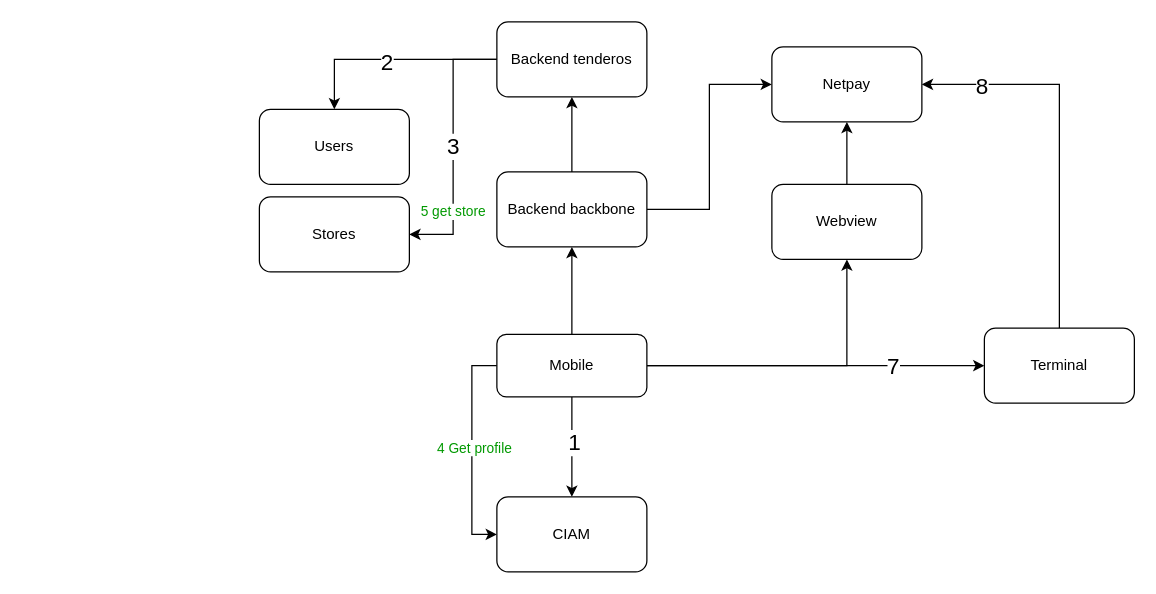
Earlier version of the draw.io diagram page "Copia de Página-1" (2 of 3) of SmartLogin.drawio (marcoluisdf/documentacion). Source tidied: cells renumbered, new cells numbered last; positions are measured from the earlier drawing's top-left corner, leaving out a move shared by most shapes. Both pictures are drawn from the tidied source at 125%, with x=0, y=0 at pixel (259, 21).
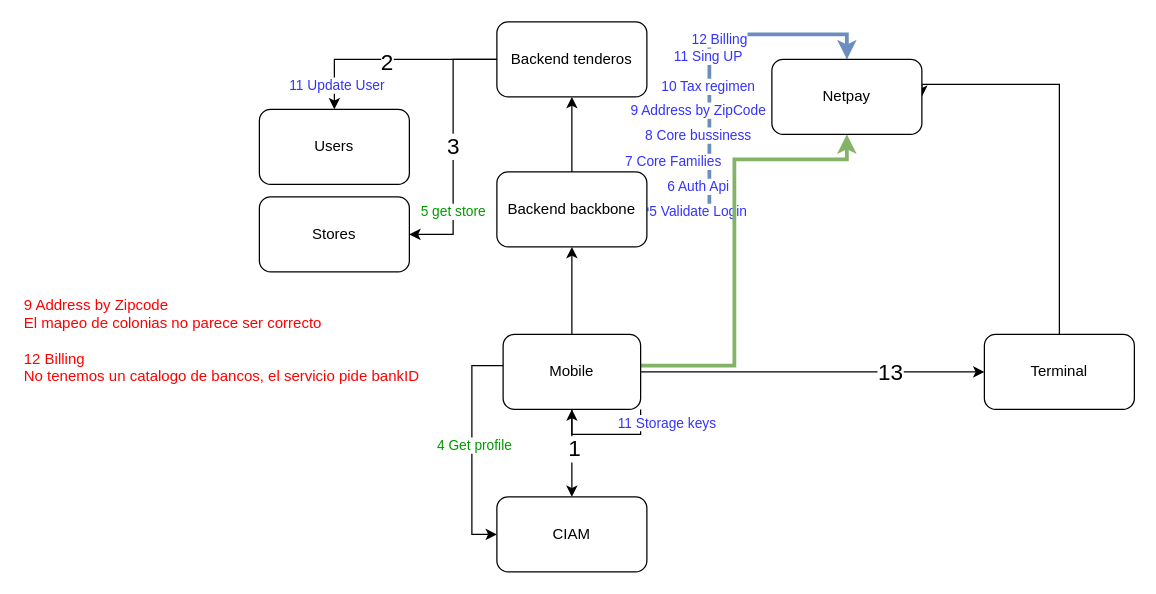
The same page after the edit.

Unchanged cells that the change refers to:
```xml
<mxCell id="4" value="Backend backbone" style="rounded=1;whiteSpace=wrap;html=1;" parent="1" vertex="1">
  <mxGeometry x="190" y="120" width="120" height="60" as="geometry" />
</mxCell>
<mxCell id="20" style="edgeStyle=orthogonalEdgeStyle;rounded=0;jettySize=auto;html=1;entryX=0.5;entryY=0;entryDx=0;entryDy=0;" parent="1" edge="1" source="24" target="5">
  <mxGeometry relative="1" as="geometry" />
</mxCell>
<mxCell id="25" style="edgeStyle=orthogonalEdgeStyle;rounded=0;jettySize=auto;html=1;entryX=1;entryY=0.5;entryDx=0;entryDy=0;" parent="1" edge="1" source="27" target="28">
  <mxGeometry relative="1" as="geometry">
    <Array as="points">
      <mxPoint x="640" y="50" />
    </Array>
  </mxGeometry>
</mxCell>
```

Change to the diagram source:
```diff
@@
-    <mxCell id="3" style="edgeStyle=orthogonalEdgeStyle;rounded=0;jettySize=auto;html=1;entryX=0;entryY=0.5;entryDx=0;entryDy=0;" parent="1" edge="1" source="4" target="28">
+    <mxCell id="3" style="edgeStyle=orthogonalEdgeStyle;rounded=0;jettySize=auto;html=1;entryX=0.5;entryY=0;entryDx=0;entryDy=0;fillColor=#dae8fc;strokeColor=#6c8ebf;strokeWidth=3;" parent="1" edge="1" source="4" target="28">
       <mxGeometry relative="1" as="geometry" />
     </mxCell>
+    <mxCell id="29" value="7 Core Families" style="edgeLabel;html=1;align=center;verticalAlign=middle;fontColor=#3333FF;" parent="3" vertex="1">
+      <mxGeometry x="-0.16" y="1" relative="1" as="geometry">
+        <mxPoint x="-29" y="45" as="offset" />
+      </mxGeometry>
+    </mxCell>
+    <mxCell id="30" value="8 Core bussiness" style="edgeLabel;html=1;align=center;verticalAlign=middle;fontColor=#3333FF;" parent="3" vertex="1">
+      <mxGeometry x="-0.04" y="1" relative="1" as="geometry">
+        <mxPoint x="-9" y="44" as="offset" />
+      </mxGeometry>
+    </mxCell>
+    <mxCell id="31" value="&lt;font style=&quot;font-size: 11px;&quot;&gt;9 Address by ZipCode&lt;/font&gt;" style="edgeLabel;html=1;align=center;verticalAlign=middle;fontColor=#3333FF;" parent="3" vertex="1">
+      <mxGeometry x="0.07" y="1" relative="1" as="geometry">
+        <mxPoint x="-9" y="41" as="offset" />
+      </mxGeometry>
+    </mxCell>
+    <mxCell id="32" value="&lt;font color=&quot;#3333ff&quot;&gt;10 Tax regimen&lt;/font&gt;" style="edgeLabel;html=1;align=center;verticalAlign=middle;" parent="3" vertex="1">
+      <mxGeometry x="-0.07" y="2" relative="1" as="geometry" />
+    </mxCell>
+    <mxCell id="33" value="&lt;font color=&quot;#3333ff&quot;&gt;11 Sing UP&lt;/font&gt;" style="edgeLabel;html=1;align=center;verticalAlign=middle;" parent="3" vertex="1">
+      <mxGeometry x="0.08" y="2" relative="1" as="geometry" />
+    </mxCell>
+    <mxCell id="34" value="&lt;font color=&quot;#3333ff&quot;&gt;12 Billing&lt;/font&gt;" style="edgeLabel;html=1;align=center;verticalAlign=middle;" parent="3" vertex="1">
+      <mxGeometry x="0.23" y="-2" relative="1" as="geometry">
+        <mxPoint y="1" as="offset" />
+      </mxGeometry>
+    </mxCell>
+    <mxCell id="35" value="&lt;font color=&quot;#3333ff&quot;&gt;5 Validate Login&lt;/font&gt;" style="edgeLabel;html=1;align=center;verticalAlign=middle;" parent="3" vertex="1">
+      <mxGeometry x="-0.75" y="-1" relative="1" as="geometry" />
+    </mxCell>
@@
-    <mxCell id="6" style="edgeStyle=orthogonalEdgeStyle;rounded=0;jettySize=auto;html=1;entryX=0.5;entryY=1;entryDx=0;entryDy=0;" parent="1" edge="1" source="7" target="28">
-      <mxGeometry relative="1" as="geometry" />
-    </mxCell>
-    <mxCell id="7" value="Webview" style="rounded=1;whiteSpace=wrap;html=1;" parent="1" vertex="1">
-      <mxGeometry x="410" y="130" width="120" height="60" as="geometry" />
-    </mxCell>
@@
-    <mxCell id="10" style="edgeStyle=orthogonalEdgeStyle;rounded=0;jettySize=auto;html=1;entryX=0.5;entryY=1;entryDx=0;entryDy=0;" parent="1" edge="1" source="17" target="7">
-      <mxGeometry relative="1" as="geometry" />
-    </mxCell>
@@
-    <mxCell id="13" style="edgeStyle=orthogonalEdgeStyle;rounded=0;jettySize=auto;html=1;" parent="1" edge="1" source="17" target="27">
+    <mxCell id="13" style="edgeStyle=orthogonalEdgeStyle;rounded=0;jettySize=auto;html=1;exitX=1;exitY=0.5;exitDx=0;exitDy=0;entryX=0;entryY=0.5;entryDx=0;entryDy=0;" parent="1" edge="1" source="17" target="27">
       <mxGeometry relative="1" as="geometry" />
     </mxCell>
-    <mxCell id="14" value="&lt;font style=&quot;font-size: 18px;&quot;&gt;7&lt;/font&gt;" style="edgeLabel;html=1;align=center;verticalAlign=middle;" parent="13" vertex="1">
+    <mxCell id="14" value="&lt;font style=&quot;font-size: 18px;&quot;&gt;13&lt;/font&gt;" style="edgeLabel;html=1;align=center;verticalAlign=middle;" parent="13" vertex="1">
       <mxGeometry x="0.45" relative="1" as="geometry" />
     </mxCell>
@@
+    <mxCell id="36" style="edgeStyle=orthogonalEdgeStyle;rounded=0;jettySize=auto;html=1;entryX=0.5;entryY=1;entryDx=0;entryDy=0;fillColor=#d5e8d4;strokeColor=#82b366;strokeWidth=3;" parent="1" edge="1" source="17" target="28">
+      <mxGeometry relative="1" as="geometry">
+        <Array as="points">
+          <mxPoint x="380" y="275" />
+          <mxPoint x="380" y="110" />
+          <mxPoint x="470" y="110" />
+        </Array>
+      </mxGeometry>
+    </mxCell>
+    <mxCell id="37" value="6 Auth Api" style="edgeLabel;html=1;align=center;verticalAlign=middle;fontColor=#3333FF;" parent="36" vertex="1">
+      <mxGeometry x="0.22" y="1" relative="1" as="geometry">
+        <mxPoint x="-29" y="-5" as="offset" />
+      </mxGeometry>
+    </mxCell>
     <mxCell id="17" value="Mobile" style="rounded=1;whiteSpace=wrap;html=1;" parent="1" vertex="1">
-      <mxGeometry x="190" y="250" width="120" height="50" as="geometry" />
+      <mxGeometry x="195" y="250" width="110" height="60" as="geometry" />
     </mxCell>
@@
+    <mxCell id="38" value="&lt;font color=&quot;#3333ff&quot;&gt;11 Update User&lt;/font&gt;" style="edgeLabel;html=1;align=center;verticalAlign=middle;" parent="20" vertex="1">
+      <mxGeometry x="-0.21" y="1" relative="1" as="geometry">
+        <mxPoint x="-62" y="19" as="offset" />
+      </mxGeometry>
+    </mxCell>
@@
-    <mxCell id="26" value="&lt;font style=&quot;font-size: 18px;&quot;&gt;8&lt;/font&gt;" style="edgeLabel;html=1;align=center;verticalAlign=middle;" parent="25" vertex="1">
-      <mxGeometry x="0.69" y="1" relative="1" as="geometry" />
-    </mxCell>
     <mxCell id="27" value="Terminal" style="rounded=1;whiteSpace=wrap;html=1;" parent="1" vertex="1">
-      <mxGeometry x="580" y="245" width="120" height="60" as="geometry" />
+      <mxGeometry x="580" y="250" width="120" height="60" as="geometry" />
     </mxCell>
     <mxCell id="28" value="Netpay" style="rounded=1;whiteSpace=wrap;html=1;" parent="1" vertex="1">
-      <mxGeometry x="410" y="20" width="120" height="60" as="geometry" />
+      <mxGeometry x="410" y="30" width="120" height="60" as="geometry" />
     </mxCell>
+    <mxCell id="39" value="&lt;font color=&quot;#ff0000&quot;&gt;9 Address by Zipcode&lt;/font&gt;&lt;div&gt;&lt;font color=&quot;#ff0000&quot;&gt;El mapeo de colonias no parece ser correcto&lt;/font&gt;&lt;/div&gt;&lt;div&gt;&lt;font color=&quot;#ff0000&quot;&gt;&lt;br&gt;&lt;/font&gt;&lt;/div&gt;&lt;div&gt;&lt;font color=&quot;#ff0000&quot;&gt;12 Billing&lt;/font&gt;&lt;/div&gt;&lt;div&gt;&lt;font color=&quot;#ff0000&quot;&gt;No tenemos un catalogo de bancos, el servicio pide bankID&lt;/font&gt;&lt;/div&gt;" style="text;html=1;align=left;verticalAlign=middle;strokeColor=none;fillColor=none;" parent="1" vertex="1">
+      <mxGeometry x="-190" y="210" width="340" height="90" as="geometry" />
+    </mxCell>
+    <mxCell id="40" style="edgeStyle=orthogonalEdgeStyle;rounded=0;orthogonalLoop=1;jettySize=auto;html=1;exitX=1;exitY=1;exitDx=0;exitDy=0;entryX=0.5;entryY=1;entryDx=0;entryDy=0;" parent="1" edge="1" source="17" target="17">
+      <mxGeometry relative="1" as="geometry" />
+    </mxCell>
+    <mxCell id="41" value="&lt;font color=&quot;#3333ff&quot;&gt;11 Storage keys&lt;/font&gt;" style="edgeLabel;html=1;align=center;verticalAlign=middle;" parent="40" vertex="1">
+      <mxGeometry x="-0.25" relative="1" as="geometry">
+        <mxPoint x="36" y="-10" as="offset" />
+      </mxGeometry>
+    </mxCell>
```
